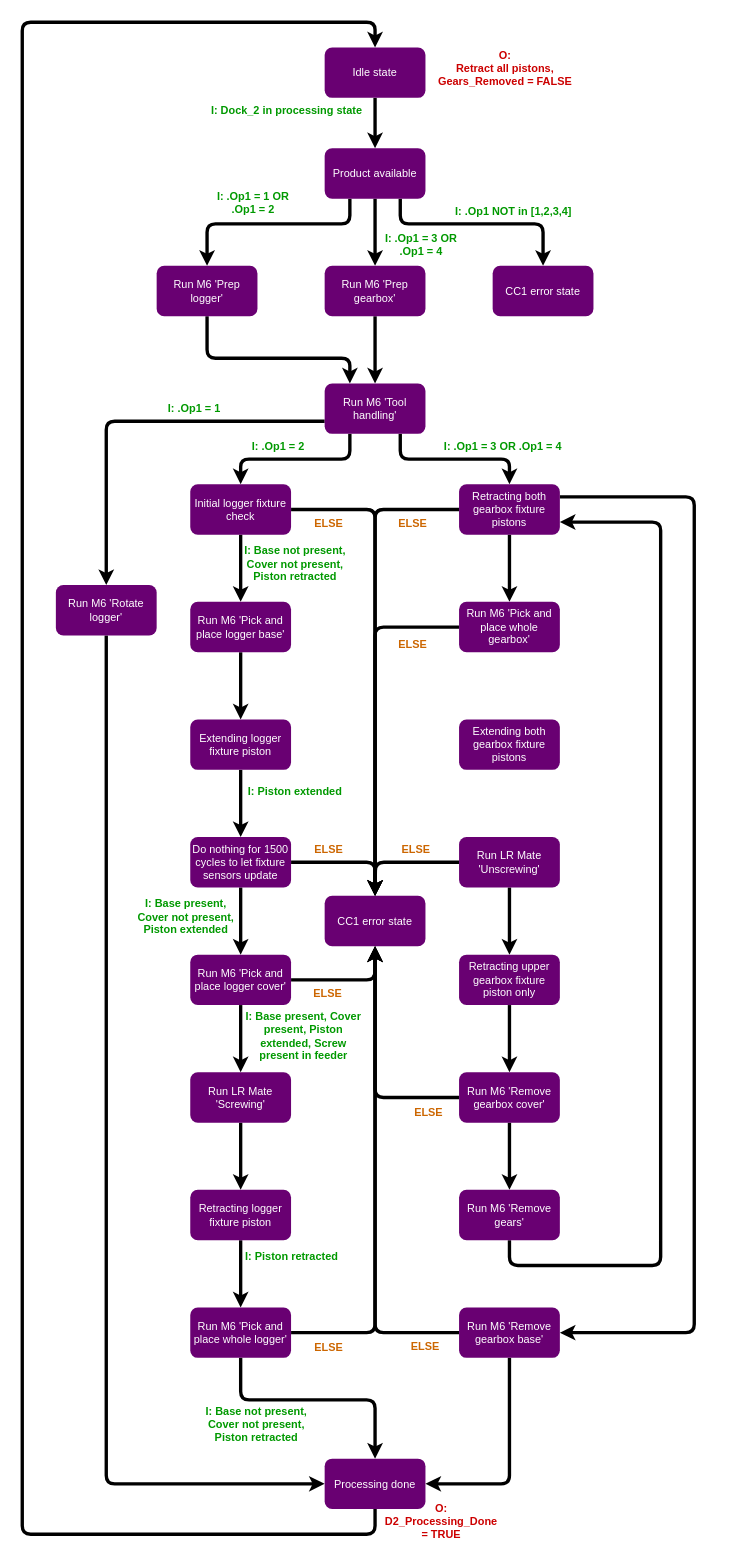
Before: CC1_Flowchart.drawio in OscarNewall/Robot_Lab_2025_PLC1, a draw.io diagram. Source tidied: cells renumbered, new cells numbered last; positions are measured from the earlier drawing's top-left corner, leaving out a move shared by most shapes. Both pictures are drawn from the tidied source at 84%, with x=0, y=0 at pixel (22, 22).
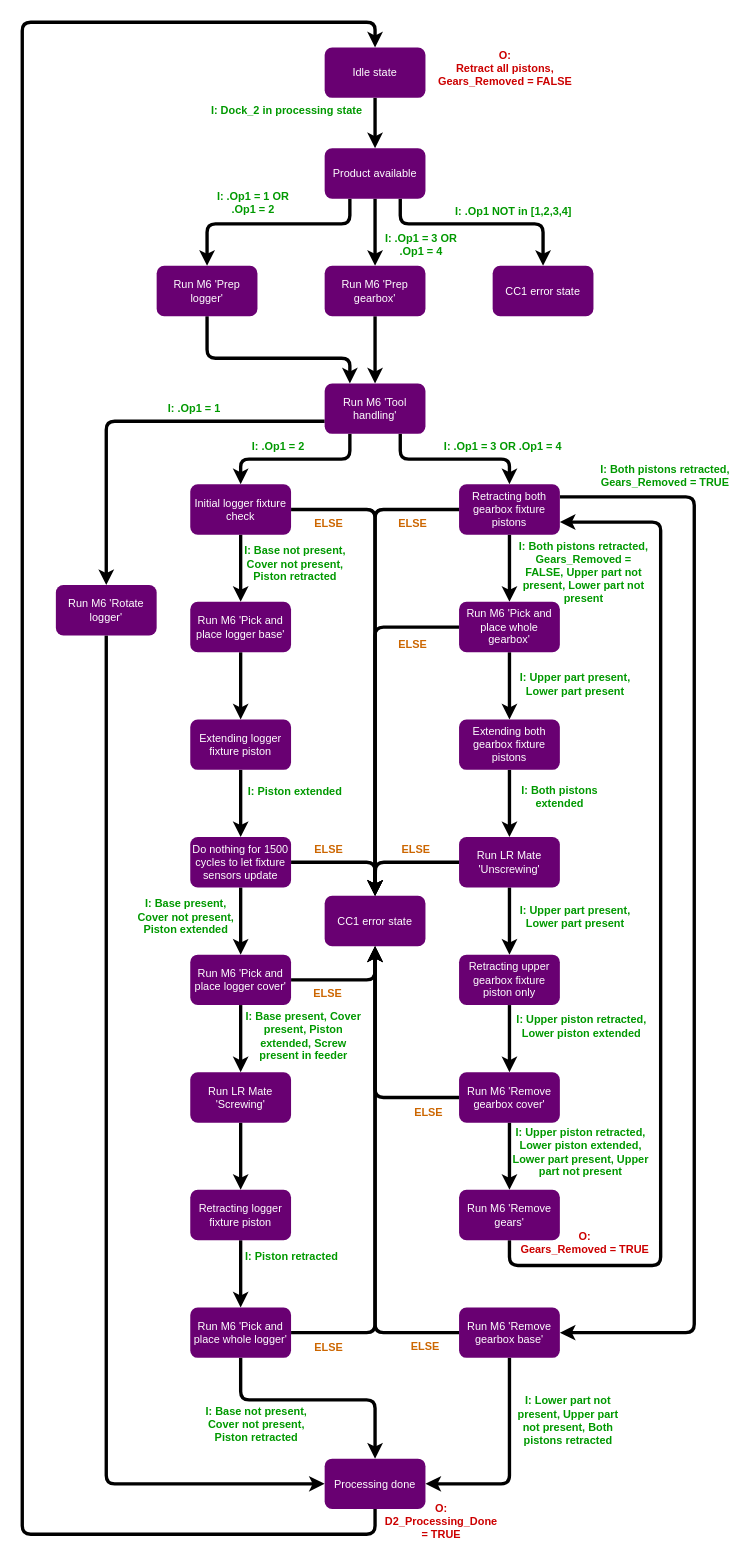
The same page after the edit.

The change refers to these unchanged cells:
```xml
<mxCell id="47" value="Run M6 'Pick and place whole gearbox'" style="rounded=1;whiteSpace=wrap;html=1;fillColor=#690072;strokeColor=none;strokeWidth=4;fontColor=#ffffff;fontSize=13;align=center;verticalAlign=middle;fontFamily=Helvetica;" parent="1" vertex="1">
  <mxGeometry x="520" y="690" width="120" height="60" as="geometry" />
</mxCell>
<mxCell id="48" value="Extending both gearbox fixture pistons" style="rounded=1;whiteSpace=wrap;html=1;fillColor=#690072;strokeColor=none;strokeWidth=4;fontColor=#ffffff;fontSize=13;align=center;verticalAlign=middle;fontFamily=Helvetica;" parent="1" vertex="1">
  <mxGeometry x="520" y="830" width="120" height="60" as="geometry" />
</mxCell>
<mxCell id="51" value="Run LR Mate 'Unscrewing'" style="rounded=1;whiteSpace=wrap;html=1;fillColor=#690072;strokeColor=none;strokeWidth=4;fontColor=#ffffff;fontSize=13;align=center;verticalAlign=middle;fontFamily=Helvetica;" parent="1" vertex="1">
  <mxGeometry x="520" y="970" width="120" height="60" as="geometry" />
</mxCell>
```

Change to the diagram source:
```diff
@@
+    <mxCell id="86" style="edgeStyle=orthogonalEdgeStyle;rounded=1;jettySize=auto;html=1;fontFamily=Helvetica;fontSize=13;fontColor=default;strokeColor=light-dark(#000000, #cbb9dd);strokeWidth=4;align=center;verticalAlign=middle;labelBackgroundColor=default;endArrow=classic;fillColor=#76608a;" parent="1" edge="1" source="47" target="48">
+      <mxGeometry relative="1" as="geometry" />
+    </mxCell>
@@
+    <mxCell id="87" style="edgeStyle=orthogonalEdgeStyle;rounded=1;jettySize=auto;html=1;fontFamily=Helvetica;fontSize=13;fontColor=default;strokeColor=light-dark(#000000, #cbb9dd);strokeWidth=4;align=center;verticalAlign=middle;labelBackgroundColor=default;endArrow=classic;fillColor=#76608a;" parent="1" edge="1" source="48" target="51">
+      <mxGeometry relative="1" as="geometry" />
+    </mxCell>
@@
+    <mxCell id="88" value="&lt;font style=&quot;color: rgb(0, 153, 0);&quot;&gt;&lt;b style=&quot;&quot;&gt;I: Both pistons retracted, Gears_Removed = TRUE&lt;/b&gt;&lt;/font&gt;" style="text;html=1;whiteSpace=wrap;strokeColor=none;fillColor=none;align=center;verticalAlign=middle;rounded=0;fontFamily=Helvetica;fontSize=13;fontColor=#ffffff;" parent="1" vertex="1">
+      <mxGeometry x="687" y="515" width="156.5" height="50" as="geometry" />
+    </mxCell>
+    <mxCell id="89" value="&lt;font style=&quot;color: rgb(0, 153, 0);&quot;&gt;&lt;b style=&quot;&quot;&gt;I: Both pistons retracted, Gears_Removed = FALSE, Upper part not present, Lower part not present&lt;/b&gt;&lt;/font&gt;" style="text;html=1;whiteSpace=wrap;strokeColor=none;fillColor=none;align=center;verticalAlign=middle;rounded=0;fontFamily=Helvetica;fontSize=13;fontColor=#ffffff;" parent="1" vertex="1">
+      <mxGeometry x="590" y="630" width="156.5" height="50" as="geometry" />
+    </mxCell>
+    <mxCell id="90" value="&lt;font style=&quot;color: rgb(0, 153, 0);&quot;&gt;&lt;b style=&quot;&quot;&gt;I: Upper part present, Lower part present&lt;/b&gt;&lt;/font&gt;" style="text;html=1;whiteSpace=wrap;strokeColor=none;fillColor=none;align=center;verticalAlign=middle;rounded=0;fontFamily=Helvetica;fontSize=13;fontColor=#ffffff;" parent="1" vertex="1">
+      <mxGeometry x="580" y="763" width="156.5" height="50" as="geometry" />
+    </mxCell>
+    <mxCell id="91" value="&lt;font style=&quot;color: rgb(0, 153, 0);&quot;&gt;&lt;b style=&quot;&quot;&gt;I: Both pistons extended&lt;/b&gt;&lt;/font&gt;" style="text;html=1;whiteSpace=wrap;strokeColor=none;fillColor=none;align=center;verticalAlign=middle;rounded=0;fontFamily=Helvetica;fontSize=13;fontColor=#ffffff;" parent="1" vertex="1">
+      <mxGeometry x="580" y="897" width="120" height="50" as="geometry" />
+    </mxCell>
+    <mxCell id="92" value="&lt;font style=&quot;color: rgb(0, 153, 0);&quot;&gt;&lt;b style=&quot;&quot;&gt;I: Upper part present, Lower part present&lt;/b&gt;&lt;/font&gt;" style="text;html=1;whiteSpace=wrap;strokeColor=none;fillColor=none;align=center;verticalAlign=middle;rounded=0;fontFamily=Helvetica;fontSize=13;fontColor=#ffffff;" parent="1" vertex="1">
+      <mxGeometry x="580" y="1040" width="156.5" height="50" as="geometry" />
+    </mxCell>
+    <mxCell id="93" value="&lt;font style=&quot;color: rgb(0, 153, 0);&quot;&gt;&lt;b style=&quot;&quot;&gt;I: Upper piston retracted, Lower piston extended&lt;/b&gt;&lt;/font&gt;" style="text;html=1;whiteSpace=wrap;strokeColor=none;fillColor=none;align=center;verticalAlign=middle;rounded=0;fontFamily=Helvetica;fontSize=13;fontColor=#ffffff;" parent="1" vertex="1">
+      <mxGeometry x="583.5" y="1170" width="163.5" height="50" as="geometry" />
+    </mxCell>
+    <mxCell id="94" value="&lt;font style=&quot;color: rgb(0, 153, 0);&quot;&gt;&lt;b style=&quot;&quot;&gt;I: Upper piston retracted, Lower piston extended,&lt;/b&gt;&lt;/font&gt;&lt;div&gt;&lt;font style=&quot;color: rgb(0, 153, 0);&quot;&gt;&lt;b style=&quot;&quot;&gt;Lower part present, Upper part not present&lt;/b&gt;&lt;/font&gt;&lt;/div&gt;" style="text;html=1;whiteSpace=wrap;strokeColor=none;fillColor=none;align=center;verticalAlign=middle;rounded=0;fontFamily=Helvetica;fontSize=13;fontColor=#ffffff;" parent="1" vertex="1">
+      <mxGeometry x="583" y="1320" width="163.5" height="50" as="geometry" />
+    </mxCell>
+    <mxCell id="95" value="&lt;font style=&quot;color: rgb(204, 0, 0);&quot;&gt;&lt;b style=&quot;&quot;&gt;O:&lt;/b&gt;&lt;/font&gt;&lt;div&gt;&lt;font style=&quot;color: rgb(204, 0, 0);&quot;&gt;&lt;b style=&quot;&quot;&gt;Gears_Removed = TRUE&lt;/b&gt;&lt;/font&gt;&lt;/div&gt;" style="text;html=1;whiteSpace=wrap;strokeColor=none;fillColor=none;align=center;verticalAlign=middle;rounded=0;fontFamily=Helvetica;fontSize=13;fontColor=#ffffff;" parent="1" vertex="1">
+      <mxGeometry x="565.2" y="1428" width="210" height="50" as="geometry" />
+    </mxCell>
+    <mxCell id="96" value="&lt;font style=&quot;color: rgb(0, 153, 0);&quot;&gt;&lt;b style=&quot;&quot;&gt;I: Lower part not present, Upper part not present, Both pistons retracted&lt;/b&gt;&lt;/font&gt;" style="text;html=1;whiteSpace=wrap;strokeColor=none;fillColor=none;align=center;verticalAlign=middle;rounded=0;fontFamily=Helvetica;fontSize=13;fontColor=#ffffff;" parent="1" vertex="1">
+      <mxGeometry x="580" y="1640" width="140" height="50" as="geometry" />
+    </mxCell>
```
